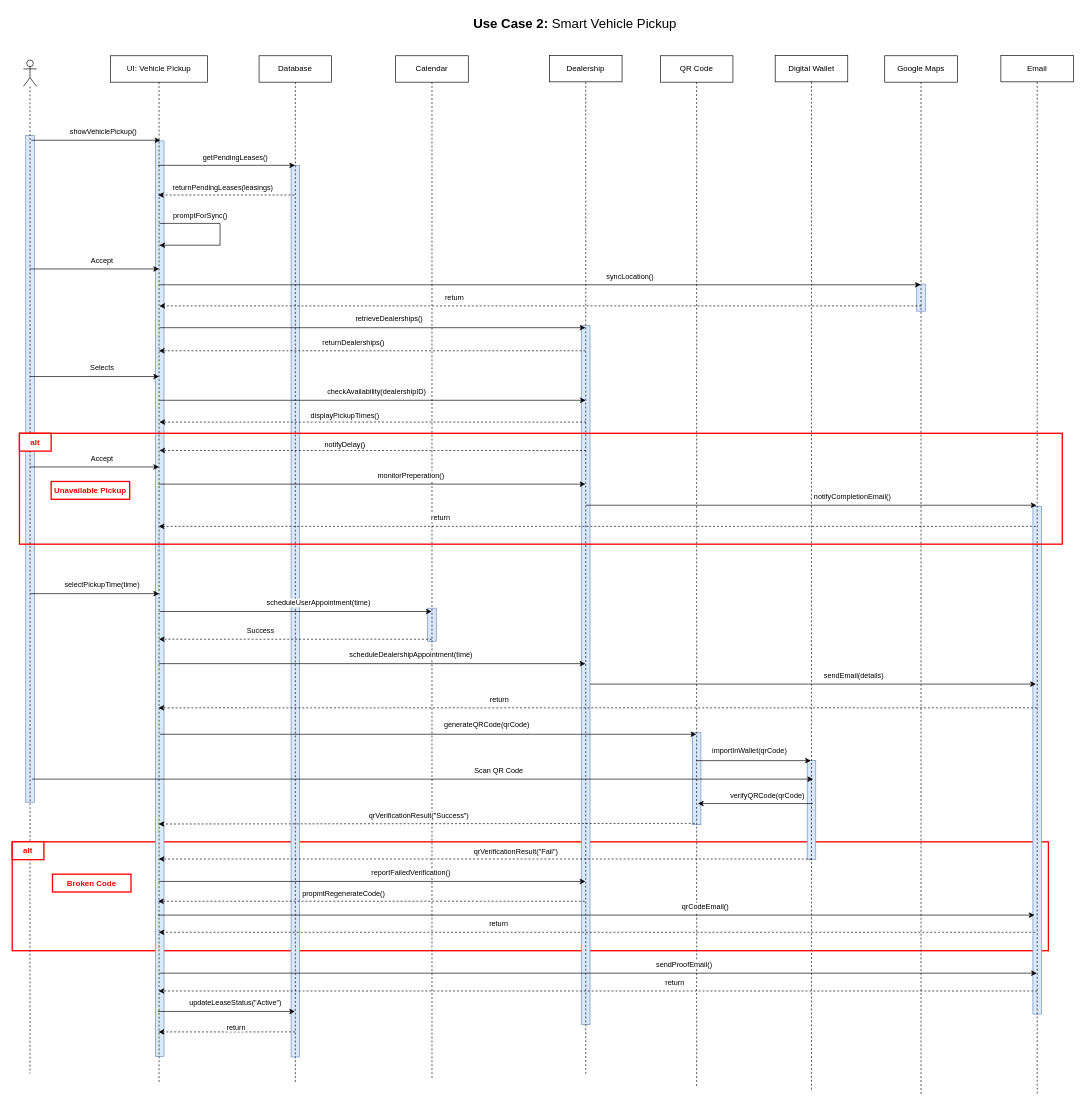
Above: page "Use Case 2 : Sequence" (2 of 9) of drawio/Sequences.drawio in ChristineGi/LeaseIt (draw.io), before the change. Source tidied: cells renumbered, new cells numbered last; positions are measured from the earlier drawing's top-left corner, leaving out a move shared by most shapes. Both pictures are drawn from the tidied source at 66%, with x=0, y=0 at pixel (12, 11).
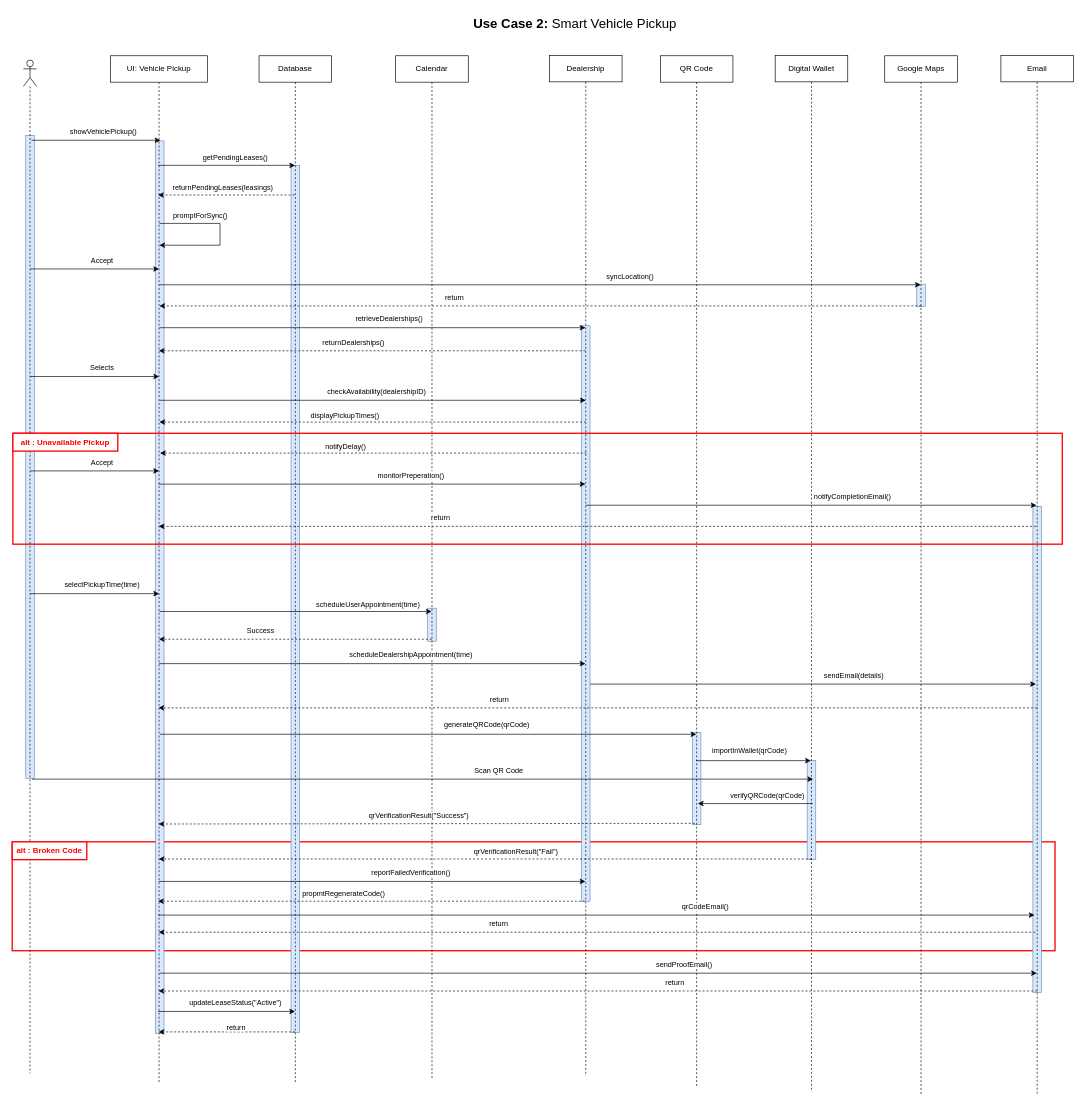
Above is the later version.

The change refers to these unchanged cells:
```xml
<mxCell id="48" style="endArrow=classic;html=1;rounded=0;" parent="1" edge="1">
  <mxGeometry relative="1" as="geometry">
    <mxPoint x="223" y="909" as="sourcePoint" />
    <mxPoint x="635.5" y="909" as="targetPoint" />
  </mxGeometry>
</mxCell>
```

What changed in the source:
```diff
@@
     <mxCell id="2" style="rounded=0;whiteSpace=wrap;html=1;fillColor=#dae8fc;strokeColor=#6c8ebf;" parent="1" vertex="1">
-      <mxGeometry x="20.5" y="188" width="13" height="1010" as="geometry" />
+      <mxGeometry x="20.5" y="188" width="13" height="974" as="geometry" />
     </mxCell>
@@
     <mxCell id="4" style="rounded=0;whiteSpace=wrap;html=1;fillColor=none;strokeColor=#FF0000;strokeWidth=2;" parent="1" vertex="1">
-      <mxGeometry y="1258" width="1570" height="165" as="geometry" />
+      <mxGeometry y="1258" width="1580" height="165" as="geometry" />
     </mxCell>
     <mxCell id="5" style="rounded=0;whiteSpace=wrap;html=1;fillColor=#dae8fc;strokeColor=#6c8ebf;" parent="1" vertex="1">
-      <mxGeometry x="1546.5" y="750" width="13" height="769" as="geometry" />
+      <mxGeometry x="1546.5" y="750" width="13" height="736" as="geometry" />
     </mxCell>
@@
     <mxCell id="7" style="rounded=0;whiteSpace=wrap;html=1;fillColor=#dae8fc;strokeColor=#6c8ebf;" parent="1" vertex="1">
-      <mxGeometry x="1370.5" y="413" width="13" height="41" as="geometry" />
+      <mxGeometry x="1370.5" y="413" width="13" height="34" as="geometry" />
     </mxCell>
     <mxCell id="8" style="rounded=0;whiteSpace=wrap;html=1;fillColor=#dae8fc;strokeColor=#6c8ebf;" parent="1" vertex="1">
-      <mxGeometry x="862.5" y="476" width="13" height="1059" as="geometry" />
+      <mxGeometry x="862.5" y="476" width="13" height="872" as="geometry" />
     </mxCell>
@@
     <mxCell id="10" style="rounded=0;whiteSpace=wrap;html=1;fillColor=#dae8fc;strokeColor=#6c8ebf;" parent="1" vertex="1">
-      <mxGeometry x="422.5" y="233" width="13" height="1351" as="geometry" />
+      <mxGeometry x="422.5" y="233" width="13" height="1314" as="geometry" />
     </mxCell>
     <mxCell id="11" style="rounded=0;whiteSpace=wrap;html=1;fillColor=#dae8fc;strokeColor=#6c8ebf;" parent="1" vertex="1">
-      <mxGeometry x="217" y="196" width="13" height="1387" as="geometry" />
+      <mxGeometry x="217" y="196" width="13" height="1352" as="geometry" />
     </mxCell>
     <mxCell id="12" style="rounded=0;whiteSpace=wrap;html=1;fillColor=none;strokeColor=#FF0000;strokeWidth=2;" parent="1" vertex="1">
-      <mxGeometry x="11" y="639" width="1580" height="168" as="geometry" />
+      <mxGeometry x="1" y="639" width="1590" height="168" as="geometry" />
     </mxCell>
@@
     <mxCell id="49" value="scheduleUserAppointment(time)" style="edgeLabel;html=1;align=center;verticalAlign=middle;" parent="48" vertex="1">
       <mxGeometry x="0.21" relative="1" as="geometry">
-        <mxPoint x="-10" y="-14" as="offset" />
+        <mxPoint x="65" y="-12" as="offset" />
       </mxGeometry>
     </mxCell>
@@
     <mxCell id="76" style="endArrow=classic;html=1;rounded=0;dashed=1;" parent="1" edge="1">
       <mxGeometry relative="1" as="geometry">
-        <mxPoint x="869.3" y="665" as="sourcePoint" />
-        <mxPoint x="223" y="665" as="targetPoint" />
+        <mxPoint x="870.3" y="669" as="sourcePoint" />
+        <mxPoint x="224" y="669" as="targetPoint" />
       </mxGeometry>
     </mxCell>
@@
     <mxCell id="78" style="endArrow=classic;html=1;rounded=0;" parent="1" edge="1">
       <mxGeometry relative="1" as="geometry">
-        <mxPoint x="27" y="690" as="sourcePoint" />
-        <mxPoint x="222.5" y="690" as="targetPoint" />
+        <mxPoint x="27" y="696" as="sourcePoint" />
+        <mxPoint x="222.5" y="696" as="targetPoint" />
       </mxGeometry>
     </mxCell>
@@
-    <mxCell id="96" value="&lt;font color=&quot;#ff0000&quot;&gt;&lt;b&gt;alt&lt;/b&gt;&lt;/font&gt;" style="rounded=0;whiteSpace=wrap;html=1;fillColor=default;strokeColor=#FF0000;strokeWidth=2;" parent="1" vertex="1">
-      <mxGeometry x="11" y="639" width="48" height="27" as="geometry" />
+    <mxCell id="96" value="&lt;font color=&quot;#ff0000&quot;&gt;&lt;b&gt;alt :&amp;nbsp;&lt;/b&gt;&lt;/font&gt;&lt;b style=&quot;color: rgb(255, 0, 0);&quot;&gt;Unavailable Pickup&lt;/b&gt;" style="rounded=0;whiteSpace=wrap;html=1;fillColor=default;strokeColor=#FF0000;strokeWidth=2;" parent="1" vertex="1">
+      <mxGeometry x="1" y="639" width="159" height="27" as="geometry" />
     </mxCell>
-    <mxCell id="97" value="&lt;font color=&quot;#ff0000&quot;&gt;&lt;b&gt;alt&lt;/b&gt;&lt;/font&gt;" style="rounded=0;whiteSpace=wrap;html=1;fillColor=default;strokeColor=#FF0000;strokeWidth=2;" parent="1" vertex="1">
-      <mxGeometry y="1258" width="48" height="27" as="geometry" />
+    <mxCell id="97" value="&lt;font color=&quot;#ff0000&quot;&gt;&lt;b&gt;alt :&amp;nbsp;&lt;/b&gt;&lt;/font&gt;&lt;b style=&quot;color: rgb(255, 0, 0);&quot;&gt;Broken Code&lt;/b&gt;" style="rounded=0;whiteSpace=wrap;html=1;fillColor=default;strokeColor=#FF0000;strokeWidth=2;" parent="1" vertex="1">
+      <mxGeometry y="1258" width="113" height="27" as="geometry" />
     </mxCell>
@@
-    <mxCell id="99" value="&lt;font color=&quot;#ff0000&quot;&gt;&lt;b&gt;Unavailable Pickup&lt;/b&gt;&lt;/font&gt;" style="rounded=0;whiteSpace=wrap;html=1;fillColor=default;strokeColor=#FF0000;strokeWidth=2;" parent="1" vertex="1">
-      <mxGeometry x="59" y="712" width="119" height="27" as="geometry" />
-    </mxCell>
-    <mxCell id="100" value="&lt;font color=&quot;#ff0000&quot;&gt;&lt;b&gt;Broken Code&lt;/b&gt;&lt;/font&gt;" style="rounded=0;whiteSpace=wrap;html=1;fillColor=default;strokeColor=#FF0000;strokeWidth=2;" parent="1" vertex="1">
-      <mxGeometry x="61" y="1307" width="119" height="27" as="geometry" />
-    </mxCell>
```
